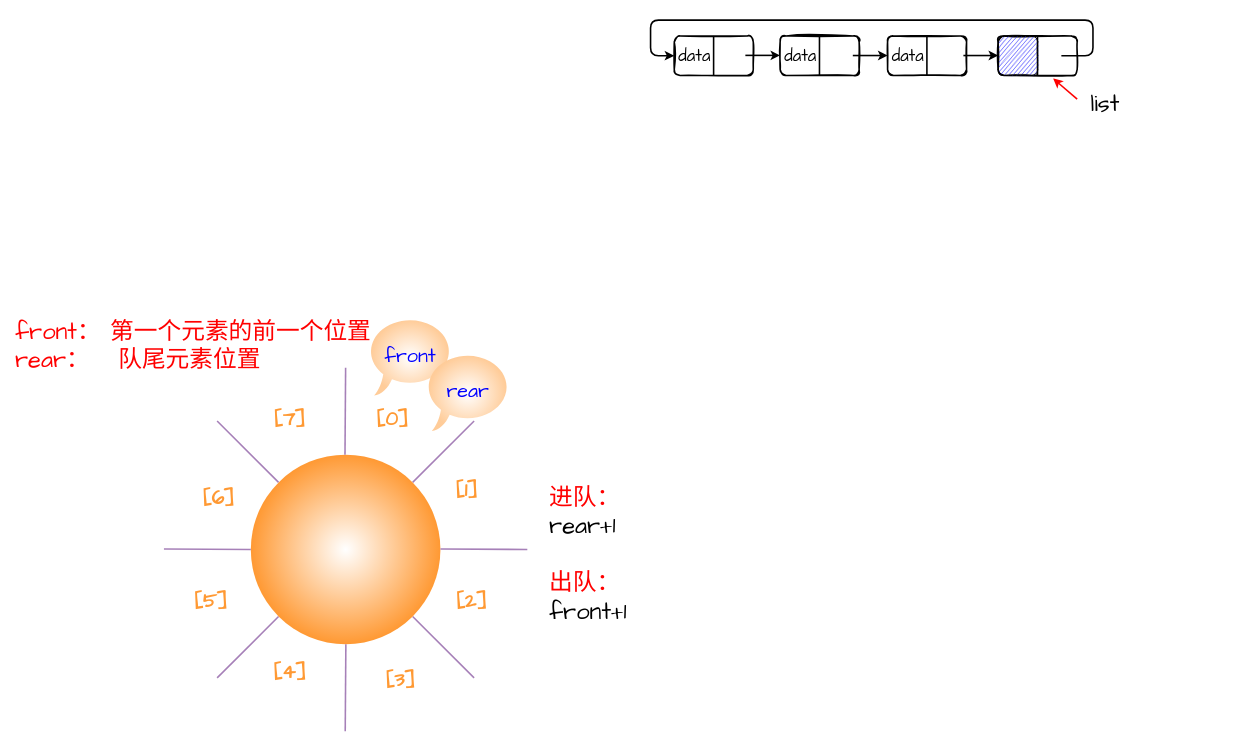
Above: 未命名绘图.drawio in 1900100209/Data-Structures-And-Algorithms (draw.io), before the change. Source tidied: cells renumbered, new cells numbered last; positions are measured from the earlier drawing's top-left corner, leaving out a move shared by most shapes. Both pictures are drawn from the tidied source at 79%, with x=0, y=0 at pixel (13, 20).
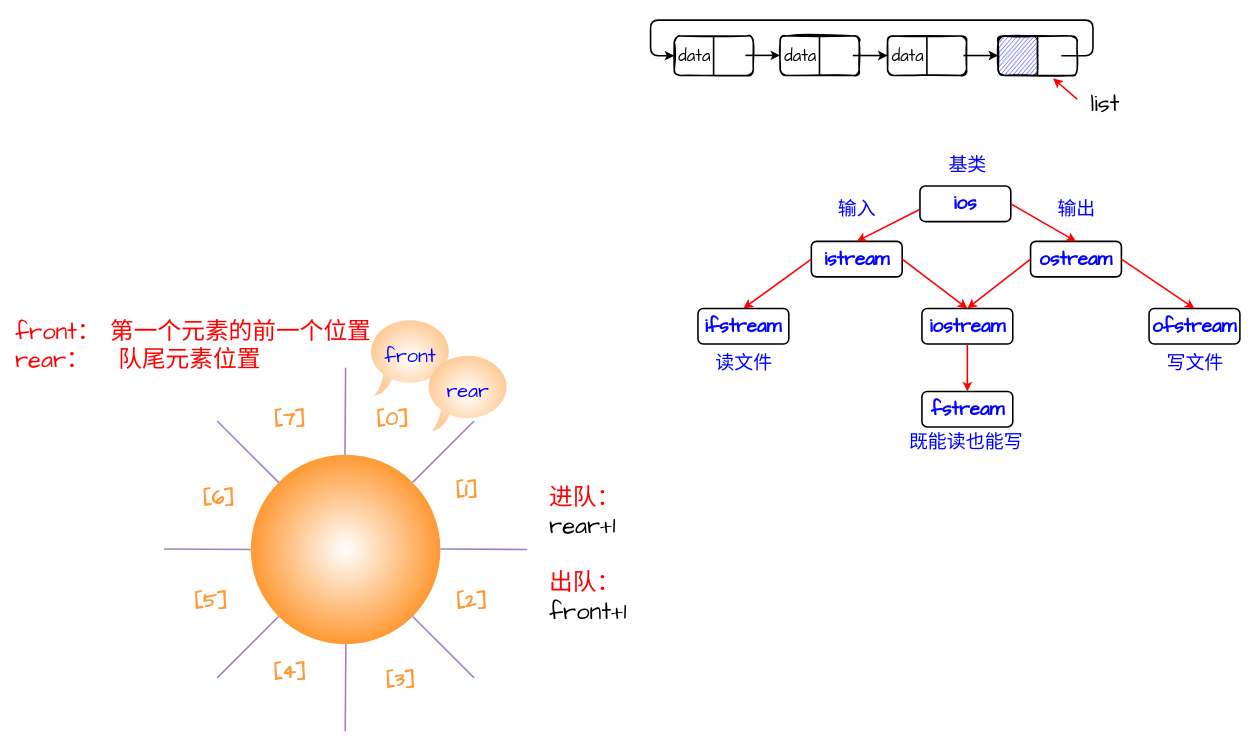
The same diagram, later.

Commit message:
更新未命名绘图.drawio

Change to the diagram source:
```diff
@@
+    <mxCell id="43" value="ios" style="rounded=1;whiteSpace=wrap;html=1;fontSize=24;fontFamily=Comic Sans MS;fontStyle=1;strokeWidth=2;fontColor=#0000FF;" parent="1" vertex="1">
+      <mxGeometry x="1147" y="210" width="115" height="45" as="geometry" />
+    </mxCell>
+    <mxCell id="44" value="istream" style="rounded=1;whiteSpace=wrap;html=1;fontSize=24;fontFamily=Comic Sans MS;fontStyle=1;strokeWidth=2;fontColor=#0000FF;" parent="1" vertex="1">
+      <mxGeometry x="1009.5" y="280" width="115" height="45" as="geometry" />
+    </mxCell>
+    <mxCell id="45" value="ostream" style="rounded=1;whiteSpace=wrap;html=1;fontSize=24;fontFamily=Comic Sans MS;fontStyle=1;strokeWidth=2;fontColor=#0000FF;" parent="1" vertex="1">
+      <mxGeometry x="1287" y="280" width="115" height="45" as="geometry" />
+    </mxCell>
+    <mxCell id="46" value="ifstream" style="rounded=1;whiteSpace=wrap;html=1;fontSize=24;fontFamily=Comic Sans MS;fontStyle=1;strokeWidth=2;fontColor=#0000FF;" parent="1" vertex="1">
+      <mxGeometry x="866" y="365" width="115" height="45" as="geometry" />
+    </mxCell>
+    <mxCell id="47" value="ofstream" style="rounded=1;whiteSpace=wrap;html=1;fontSize=24;fontFamily=Comic Sans MS;fontStyle=1;strokeWidth=2;fontColor=#0000FF;" parent="1" vertex="1">
+      <mxGeometry x="1437" y="365" width="115" height="45" as="geometry" />
+    </mxCell>
+    <mxCell id="48" value="fstream" style="rounded=1;whiteSpace=wrap;html=1;fontSize=24;fontFamily=Comic Sans MS;fontStyle=1;strokeWidth=2;fontColor=#0000FF;" parent="1" vertex="1">
+      <mxGeometry x="1149.5" y="470" width="115" height="45" as="geometry" />
+    </mxCell>
+    <mxCell id="49" value="iostream" style="rounded=1;whiteSpace=wrap;html=1;fontSize=24;fontFamily=Comic Sans MS;fontStyle=1;strokeWidth=2;fontColor=#0000FF;" parent="1" vertex="1">
+      <mxGeometry x="1149.5" y="365" width="115" height="45" as="geometry" />
+    </mxCell>
+    <mxCell id="50" style="endArrow=classic;html=1;rounded=0;fontFamily=Comic Sans MS;fontSize=24;strokeWidth=2;strokeColor=#FF0000;entryX=0.5;entryY=0;entryDx=0;entryDy=0;" parent="1" edge="1" target="44">
+      <mxGeometry relative="1" as="geometry">
+        <mxPoint x="1146" y="240" as="sourcePoint" />
+      </mxGeometry>
+    </mxCell>
+    <mxCell id="51" style="endArrow=classic;html=1;rounded=0;fontFamily=Comic Sans MS;fontSize=24;strokeWidth=2;strokeColor=#FF0000;entryX=0.5;entryY=0;entryDx=0;entryDy=0;exitX=1;exitY=0.5;exitDx=0;exitDy=0;" parent="1" edge="1" source="44" target="49">
+      <mxGeometry relative="1" as="geometry" />
+    </mxCell>
+    <mxCell id="52" style="endArrow=classic;html=1;rounded=0;fontFamily=Comic Sans MS;fontSize=24;strokeWidth=2;strokeColor=#FF0000;entryX=0.5;entryY=0;entryDx=0;entryDy=0;exitX=1;exitY=0.5;exitDx=0;exitDy=0;" parent="1" edge="1" source="43" target="45">
+      <mxGeometry relative="1" as="geometry" />
+    </mxCell>
+    <mxCell id="53" style="endArrow=classic;html=1;rounded=0;fontFamily=Comic Sans MS;fontSize=24;strokeWidth=2;strokeColor=#FF0000;entryX=0.5;entryY=0;entryDx=0;entryDy=0;exitX=1;exitY=0.5;exitDx=0;exitDy=0;" parent="1" edge="1" source="45" target="47">
+      <mxGeometry relative="1" as="geometry" />
+    </mxCell>
+    <mxCell id="54" style="endArrow=classic;html=1;rounded=0;fontFamily=Comic Sans MS;fontSize=24;strokeWidth=2;strokeColor=#FF0000;entryX=0.5;entryY=0;entryDx=0;entryDy=0;exitX=0;exitY=0.5;exitDx=0;exitDy=0;" parent="1" edge="1" source="45" target="49">
+      <mxGeometry relative="1" as="geometry" />
+    </mxCell>
+    <mxCell id="55" style="endArrow=classic;html=1;rounded=0;fontFamily=Comic Sans MS;fontSize=24;strokeWidth=2;strokeColor=#FF0000;entryX=0.5;entryY=0;entryDx=0;entryDy=0;exitX=0.5;exitY=1;exitDx=0;exitDy=0;" parent="1" edge="1" source="49" target="48">
+      <mxGeometry relative="1" as="geometry" />
+    </mxCell>
+    <mxCell id="56" style="endArrow=classic;html=1;rounded=0;fontFamily=Comic Sans MS;fontSize=24;strokeWidth=2;strokeColor=#FF0000;entryX=0.5;entryY=0;entryDx=0;entryDy=0;exitX=0;exitY=0.5;exitDx=0;exitDy=0;" parent="1" edge="1" source="44" target="46">
+      <mxGeometry relative="1" as="geometry" />
+    </mxCell>
+    <mxCell id="57" value="基类" style="text;html=1;align=center;verticalAlign=middle;strokeColor=none;fillColor=none;fontSize=24;fontFamily=Comic Sans MS;fontColor=#0000FF;" parent="1" vertex="1">
+      <mxGeometry x="1177" y="170" width="60" height="30" as="geometry" />
+    </mxCell>
+    <mxCell id="58" value="读文件" style="text;html=1;align=center;verticalAlign=middle;strokeColor=none;fillColor=none;fontSize=24;fontFamily=Comic Sans MS;fontColor=#0000FF;" parent="1" vertex="1">
+      <mxGeometry x="878.5" y="420" width="90" height="30" as="geometry" />
+    </mxCell>
+    <mxCell id="59" value="写文件" style="text;html=1;align=center;verticalAlign=middle;strokeColor=none;fillColor=none;fontSize=24;fontFamily=Comic Sans MS;fontColor=#0000FF;" parent="1" vertex="1">
+      <mxGeometry x="1449.5" y="420" width="90" height="30" as="geometry" />
+    </mxCell>
+    <mxCell id="60" value="既能读也能写" style="text;html=1;align=center;verticalAlign=middle;strokeColor=none;fillColor=none;fontSize=24;fontFamily=Comic Sans MS;fontColor=#0000FF;" parent="1" vertex="1">
+      <mxGeometry x="1124.5" y="520" width="160" height="30" as="geometry" />
+    </mxCell>
+    <mxCell id="61" value="输入" style="text;html=1;align=center;verticalAlign=middle;strokeColor=none;fillColor=none;fontSize=24;fontFamily=Comic Sans MS;fontColor=#0000FF;" parent="1" vertex="1">
+      <mxGeometry x="1037" y="225" width="60" height="30" as="geometry" />
+    </mxCell>
+    <mxCell id="62" value="输出" style="text;html=1;align=center;verticalAlign=middle;strokeColor=none;fillColor=none;fontSize=24;fontFamily=Comic Sans MS;fontColor=#0000FF;" parent="1" vertex="1">
+      <mxGeometry x="1314.5" y="225" width="60" height="30" as="geometry" />
+    </mxCell>
```
